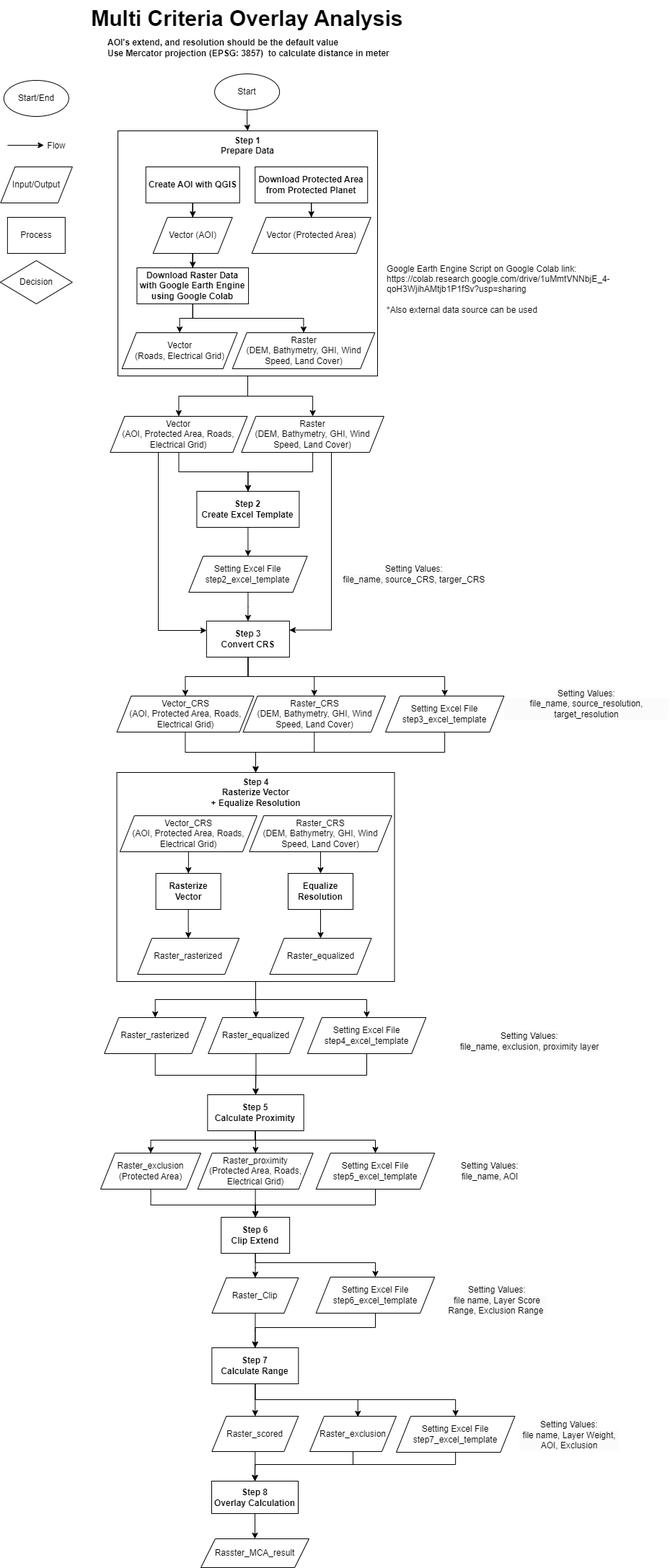
This is flowchart.png from chungkang/MCA, a draw.io export, as it was before one commit. Source tidied: cells renumbered, new cells last; positions are measured from the earlier drawing's top-left corner, leaving out a move shared by most shapes.
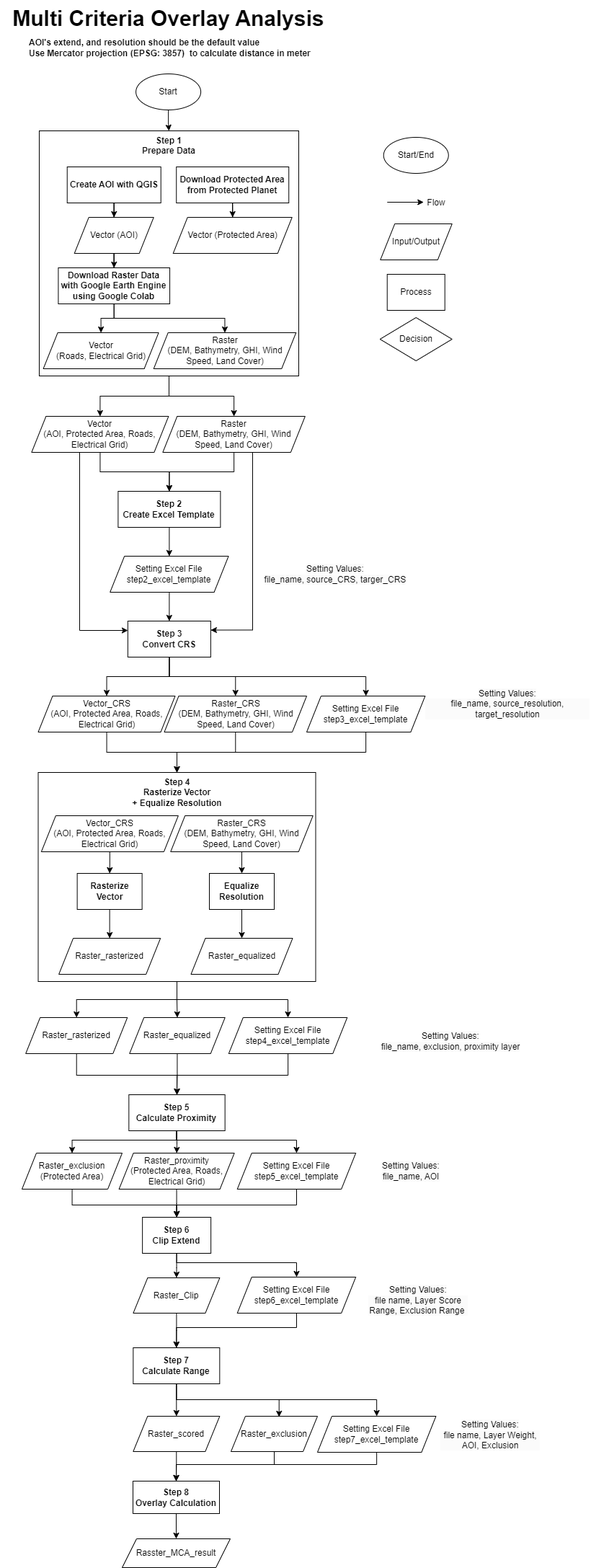
Above is the later version.

Diff of the diagram source:
```diff
@@ -3,25 +3,25 @@
     <mxCell id="0" />
     <mxCell id="1" parent="0" />
     <mxCell id="2" value="Start/End" style="ellipse;whiteSpace=wrap;html=1;rounded=0;labelBackgroundColor=none;" parent="1" vertex="1">
-      <mxGeometry x="4.9" y="111" width="90" height="50" as="geometry" />
+      <mxGeometry x="640.8" y="190" width="90" height="50" as="geometry" />
     </mxCell>
     <mxCell id="3" style="endArrow=classic;html=1;rounded=0;labelBackgroundColor=none;fontColor=default;" parent="1" edge="1">
       <mxGeometry relative="1" as="geometry">
-        <mxPoint x="9.9" y="201" as="sourcePoint" />
-        <mxPoint x="60.4" y="201" as="targetPoint" />
+        <mxPoint x="645.8" y="280" as="sourcePoint" />
+        <mxPoint x="696.2" y="280" as="targetPoint" />
       </mxGeometry>
     </mxCell>
     <mxCell id="4" value="Flow" style="text;html=1;strokeColor=none;fillColor=none;align=center;verticalAlign=middle;whiteSpace=wrap;rounded=0;labelBackgroundColor=none;" parent="1" vertex="1">
-      <mxGeometry x="48.4" y="187" width="60" height="30" as="geometry" />
+      <mxGeometry x="684.2" y="266" width="60" height="30" as="geometry" />
     </mxCell>
     <mxCell id="5" value="Input/Output" style="shape=parallelogram;perimeter=parallelogramPerimeter;whiteSpace=wrap;html=1;fixedSize=1;rounded=0;labelBackgroundColor=none;" parent="1" vertex="1">
-      <mxGeometry x="0.4" y="231" width="99.5" height="50" as="geometry" />
+      <mxGeometry x="636.2" y="310" width="99.5" height="50" as="geometry" />
     </mxCell>
     <mxCell id="6" value="Process" style="rounded=0;whiteSpace=wrap;html=1;labelBackgroundColor=none;" parent="1" vertex="1">
-      <mxGeometry x="9.9" y="301" width="80" height="50" as="geometry" />
+      <mxGeometry x="645.8" y="380" width="80" height="50" as="geometry" />
     </mxCell>
     <mxCell id="7" value="Decision" style="rhombus;whiteSpace=wrap;html=1;rounded=0;labelBackgroundColor=none;" parent="1" vertex="1">
-      <mxGeometry x="-0.1" y="361" width="100" height="60" as="geometry" />
+      <mxGeometry x="635.8" y="440" width="100" height="60" as="geometry" />
     </mxCell>
     <mxCell id="8" value="Rasster_MCA_result" style="shape=parallelogram;perimeter=parallelogramPerimeter;whiteSpace=wrap;html=1;fixedSize=1;rounded=0;labelBackgroundColor=none;" parent="1" vertex="1">
       <mxGeometry x="278" y="2134" width="150" height="40" as="geometry" />
@@ -345,9 +345,6 @@
     <mxCell id="96" value="&lt;br&gt;&lt;span style=&quot;color: rgb(0, 0, 0); font-family: Helvetica; font-size: 12px; font-style: normal; font-variant-ligatures: normal; font-variant-caps: normal; font-weight: 400; letter-spacing: normal; orphans: 2; text-align: center; text-indent: 0px; text-transform: none; widows: 2; word-spacing: 0px; -webkit-text-stroke-width: 0px; background-color: rgb(251, 251, 251); text-decoration-thickness: initial; text-decoration-style: initial; text-decoration-color: initial; float: none; display: inline !important;&quot;&gt;Setting Values:&lt;/span&gt;&lt;br style=&quot;border-color: var(--border-color); color: rgb(0, 0, 0); font-family: Helvetica; font-size: 12px; font-style: normal; font-variant-ligatures: normal; font-variant-caps: normal; font-weight: 400; letter-spacing: normal; orphans: 2; text-align: center; text-indent: 0px; text-transform: none; widows: 2; word-spacing: 0px; -webkit-text-stroke-width: 0px; background-color: rgb(251, 251, 251); text-decoration-thickness: initial; text-decoration-style: initial; text-decoration-color: initial;&quot;&gt;&lt;div style=&quot;border-color: var(--border-color); color: rgb(0, 0, 0); font-family: Helvetica; font-size: 12px; font-style: normal; font-variant-ligatures: normal; font-variant-caps: normal; font-weight: 400; letter-spacing: normal; orphans: 2; text-align: center; text-indent: 0px; text-transform: none; widows: 2; word-spacing: 0px; -webkit-text-stroke-width: 0px; background-color: rgb(251, 251, 251); text-decoration-thickness: initial; text-decoration-style: initial; text-decoration-color: initial;&quot;&gt;&lt;span style=&quot;border-color: var(--border-color); background-color: initial;&quot;&gt;file name, Layer Weight, AOI, Exclusion&lt;/span&gt;&lt;/div&gt;" style="text;html=1;strokeColor=none;fillColor=none;align=center;verticalAlign=middle;whiteSpace=wrap;rounded=0;" parent="1" vertex="1">
       <mxGeometry x="719" y="1958" width="140" height="50" as="geometry" />
     </mxCell>
-    <mxCell id="97" value="&lt;div style=&quot;&quot;&gt;Google Earth Engine Script on Google Colab link:&amp;nbsp;&lt;/div&gt;&lt;div style=&quot;&quot;&gt;&lt;span style=&quot;background-color: initial;&quot;&gt;https://colab.research.google.com/drive/1uMmtVNNbjE_4-qoH3WjihAMtjb1P1fSv?usp=sharing&lt;/span&gt;&lt;/div&gt;&lt;div style=&quot;&quot;&gt;&lt;span style=&quot;background-color: initial;&quot;&gt;&lt;br&gt;&lt;/span&gt;&lt;/div&gt;*Also external data source can be used" style="text;html=1;strokeColor=none;fillColor=none;align=left;verticalAlign=middle;whiteSpace=wrap;rounded=0;" parent="1" vertex="1">
-      <mxGeometry x="534" y="351" width="360" height="100" as="geometry" />
-    </mxCell>
     <mxCell id="98" value="Raster_rasterized" style="shape=parallelogram;perimeter=parallelogramPerimeter;whiteSpace=wrap;html=1;fixedSize=1;" parent="1" vertex="1">
       <mxGeometry x="190.1" y="1301" width="141" height="50" as="geometry" />
     </mxCell>
```
